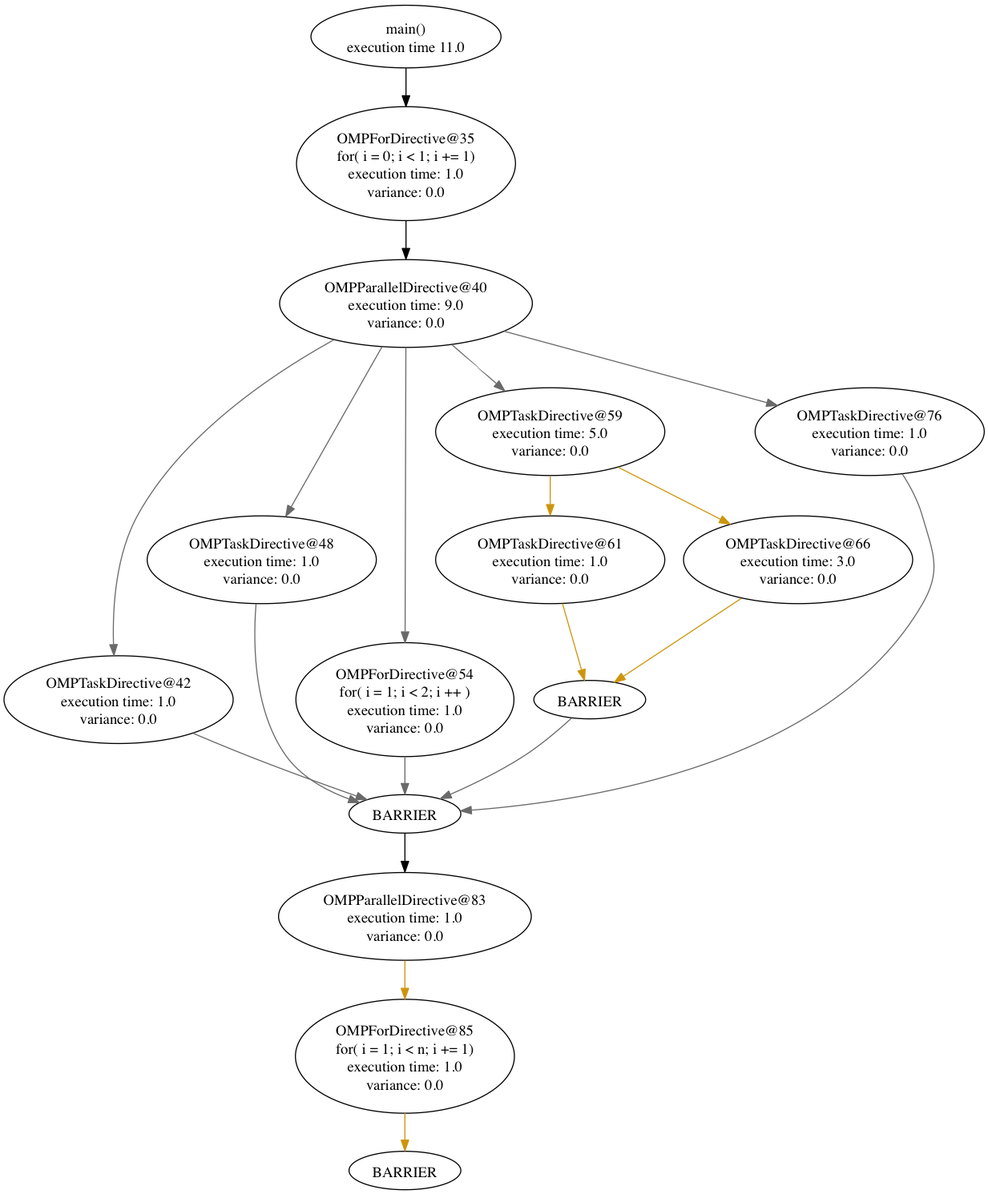
This is graph_sched/graphs/main_flow.png from filippobrizzi/soma, a Graphviz export, as it was before one commit. Its source is kept beside it as graph_sched/graphs/main_flow.dot.
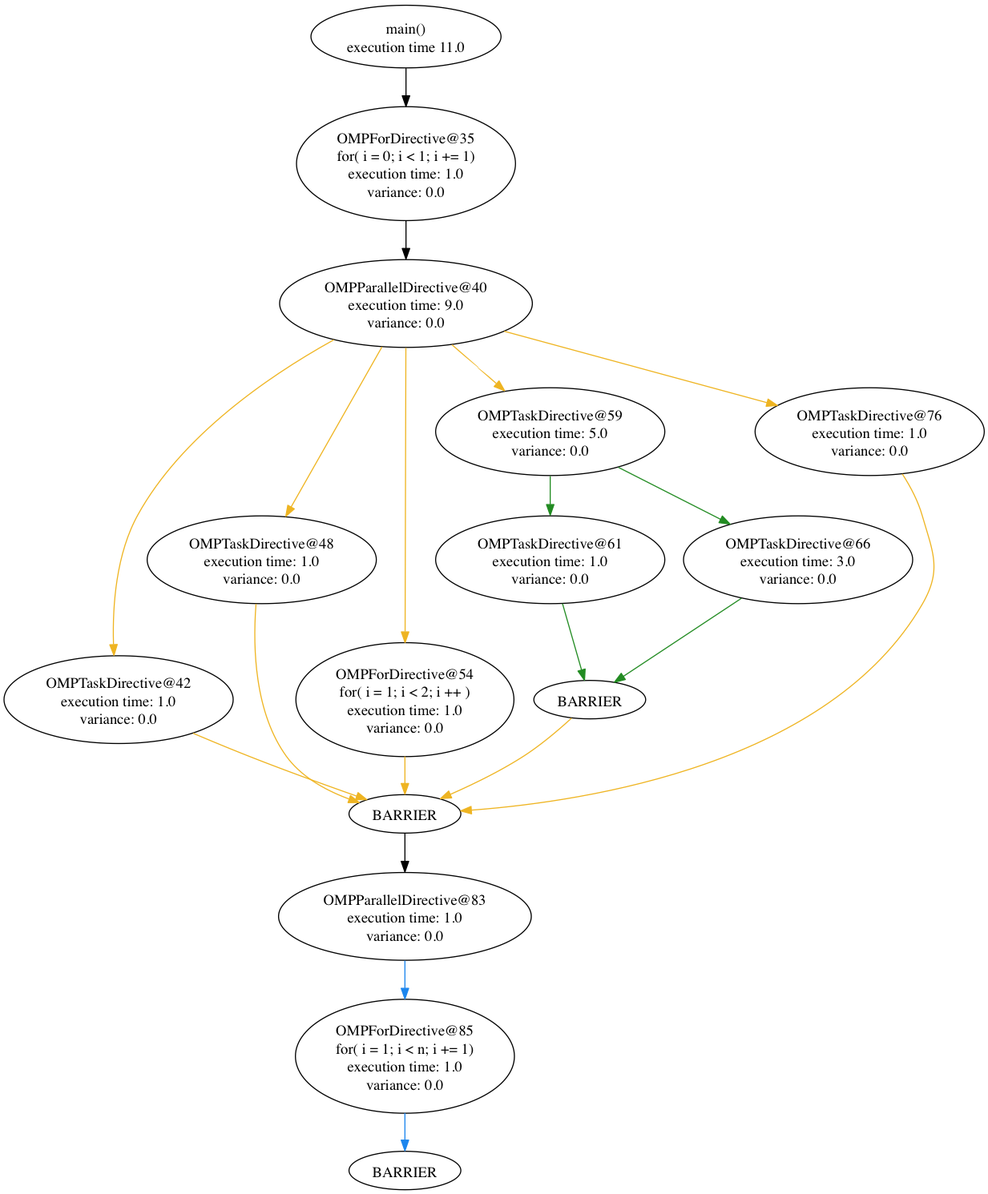
Later version of the same file.

Diff of the diagram source:
```diff
@@ -23,42 +23,42 @@
 		pos="107,459",
 		root=28,
 		width=2.9745];
-	40 -> 42	 [color=dimgrey,
+	40 -> 42	 [color=goldenrod2,
 		pos="e,102.66,500.53 308.44,795.98 249.25,763.15 166.39,706.91 125,632 104.58,595.05 101.16,546.79 102.23,510.8"];
 	48	 [height=1.1471,
 		label="OMPTaskDirective@48\nexecution time: 1.0\nvariance: 0.0",
 		pos="241,590",
 		root=28,
 		width=2.9745];
-	40 -> 48	 [color=dimgrey,
+	40 -> 48	 [color=goldenrod2,
 		pos="e,263.5,630.66 353.56,789.43 330.2,748.25 293.59,683.72 268.51,639.5"];
 	54	 [height=1.4771,
 		label="OMPForDirective@54\nfor( i = 1; i < 2; i ++ )\nexecution time: 1.0\nvariance: 0.0",
 		pos="375,459",
 		root=28,
 		width=2.8384];
-	40 -> 54	 [color=dimgrey,
+	40 -> 54	 [color=goldenrod2,
 		pos="e,375.14,512.46 375.89,788.46 375.72,724.26 375.38,598.75 375.17,522.83"];
 	59	 [height=1.1471,
 		label="OMPTaskDirective@59\nexecution time: 5.0\nvariance: 0.0",
 		pos="511,710",
 		root=28,
 		width=2.9745];
-	40 -> 59	 [color=dimgrey,
+	40 -> 59	 [color=goldenrod2,
 		pos="e,468.32,748.3 419.09,791.34 432.25,779.84 446.83,767.09 460.44,755.19"];
 	76	 [height=1.1471,
 		label="OMPTaskDirective@76\nexecution time: 1.0\nvariance: 0.0",
 		pos="810,710",
 		root=28,
 		width=2.9745];
-	40 -> 76	 [color=dimgrey,
+	40 -> 76	 [color=goldenrod2,
 		pos="e,723.63,734.48 468.04,803.98 540.31,784.33 640.64,757.05 713.93,737.12"];
 	"40_end"	 [height=0.5,
 		label=BARRIER,
 		pos="375,352",
 		root=28,
 		width=1.4568];
-	42 -> "40_end"	 [color=dimgrey,
+	42 -> "40_end"	 [color=goldenrod2,
 		pos="e,339.39,365.31 176.73,427.5 193.75,420.27 211.97,412.71 229,406 262.58,392.76 300.97,378.87 329.95,368.64"];
 	83	 [height=1.1471,
 		label="OMPParallelDirective@83\nexecution time: 1.0\nvariance: 0.0",
@@ -66,36 +66,36 @@
 		root=28,
 		width=3.2896];
 	"40_end" -> 83	 [pos="e,375,297.55 375,333.76 375,326.29 375,317.11 375,307.73"];
-	48 -> "40_end"	 [color=dimgrey,
+	48 -> "40_end"	 [color=goldenrod2,
 		pos="e,332.33,362.61 235.63,548.62 232.53,508.64 234.02,447.54 264,406 278.04,386.55 301.12,373.97 322.61,365.97"];
-	54 -> "40_end"	 [color=dimgrey,
+	54 -> "40_end"	 [color=goldenrod2,
 		pos="e,375,370.46 375,405.81 375,397.13 375,388.44 375,380.69"];
 	61	 [height=1.1471,
 		label="OMPTaskDirective@61\nexecution time: 1.0\nvariance: 0.0",
 		pos="511,590",
 		root=28,
 		width=2.9745];
-	59 -> 61	 [color=darkgoldenrod3,
+	59 -> 61	 [color=forestgreen,
 		pos="e,511,631.68 511,668.39 511,659.86 511,650.76 511,641.91"];
 	66	 [height=1.1471,
 		label="OMPTaskDirective@66\nexecution time: 3.0\nvariance: 0.0",
 		pos="743,590",
 		root=28,
 		width=2.9745];
-	59 -> 66	 [color=darkgoldenrod3,
+	59 -> 66	 [color=forestgreen,
 		pos="e,679.44,623.33 574.7,676.6 604.37,661.51 639.81,643.48 670.5,627.87"];
 	"59_end"	 [height=0.5,
 		label=BARRIER,
 		pos="548,459",
 		root=28,
 		width=1.4568];
-	61 -> "59_end"	 [color=darkgoldenrod3,
+	61 -> "59_end"	 [color=forestgreen,
 		pos="e,543.09,477.12 522.5,548.89 528.29,528.74 535.14,504.85 540.28,486.92"];
-	"59_end" -> "40_end"	 [color=dimgrey,
+	"59_end" -> "40_end"	 [color=goldenrod2,
 		pos="e,408.21,366.24 531.02,441.73 519.05,430.78 502.3,416.49 486,406 464.51,392.17 438.85,379.69 417.62,370.32"];
-	66 -> "59_end"	 [color=darkgoldenrod3,
+	66 -> "59_end"	 [color=forestgreen,
 		pos="e,571.04,475.24 689.97,553.92 654.56,530.49 609.18,500.48 579.39,480.76"];
-	76 -> "40_end"	 [color=dimgrey,
+	76 -> "40_end"	 [color=goldenrod2,
 		pos="e,427.17,354.8 840.57,670.34 848.09,658.67 855.1,645.39 859,632 869.44,596.16 877.78,580.27 859,548 772.36,399.15 547.47,363.84 \
 437.45,355.52"];
 	85	 [height=1.4771,
@@ -103,13 +103,13 @@
 		pos="375,125",
 		root=28,
 		width=2.8425];
-	83 -> 85	 [color=darkgoldenrod3,
+	83 -> 85	 [color=dodgerblue2,
 		pos="e,375,178.64 375,214.54 375,206.36 375,197.58 375,188.84"];
 	"83_end"	 [height=0.5,
 		label=BARRIER,
 		pos="375,18",
 		root=28,
 		width=1.4568];
-	85 -> "83_end"	 [color=darkgoldenrod3,
+	85 -> "83_end"	 [color=dodgerblue2,
 		pos="e,375,36.46 375,71.808 375,63.132 375,54.445 375,46.694"];
 }
```
